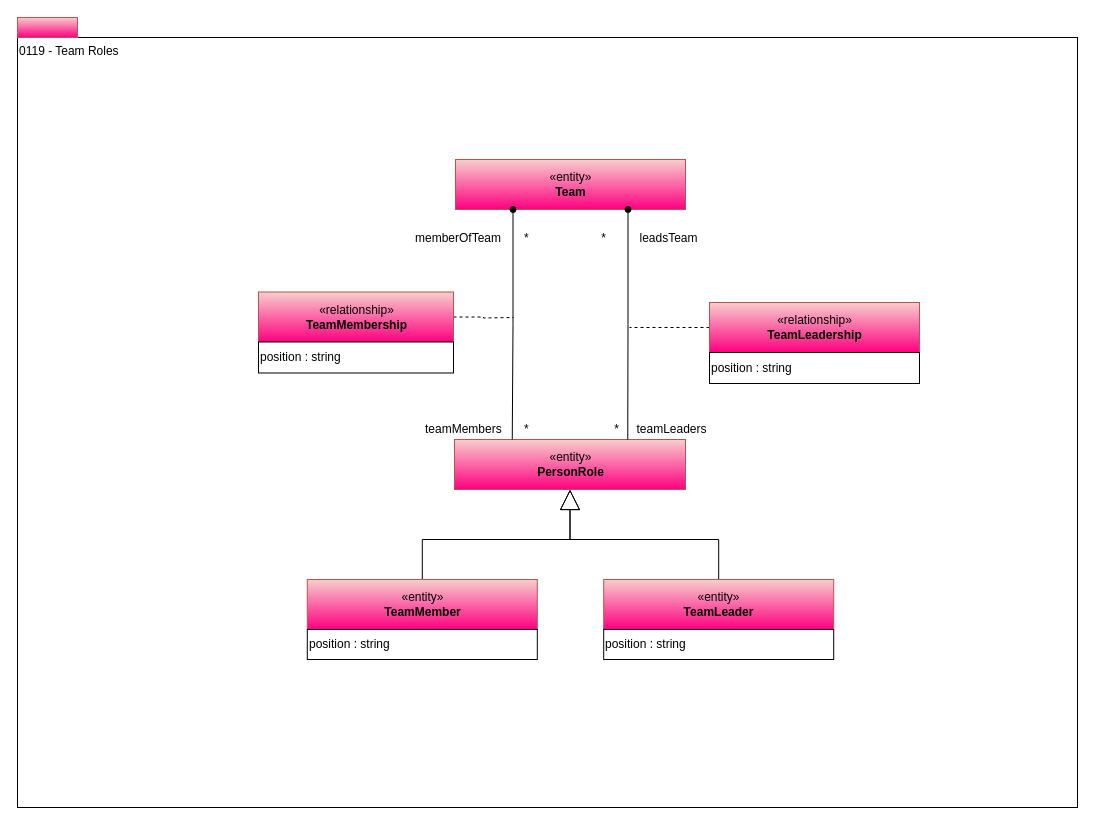
The draw.io diagram page "0119-Team-Roles" (8 of 16) of site/docs/types/1/area-1-collaboration.drawio in odpi/egeria-docs, before the edit. Source tidied: cells renumbered, new cells numbered last; positions are measured from the earlier drawing's top-left corner, leaving out a move shared by most shapes. Both pictures are drawn from the tidied source at 100%, with x=0, y=0 at pixel (17, 17).
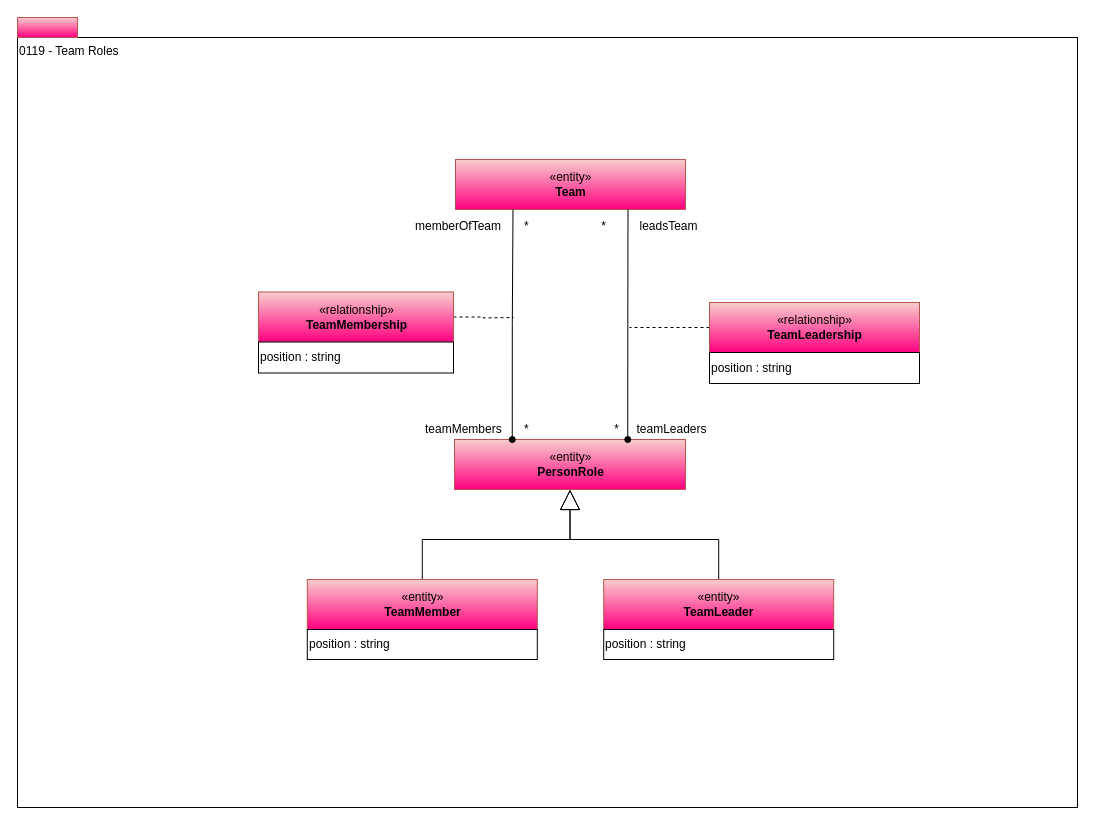
After the change.

The change refers to these unchanged cells:
```xml
<mxCell id="3" value="«entity»&lt;br&gt;&lt;b&gt;Team&lt;/b&gt;" style="html=1;strokeColor=#b85450;align=center;fillColor=#f8cecc;gradientColor=#FF0080;" parent="1" vertex="1">
  <mxGeometry x="438" y="142" width="230" height="50" as="geometry" />
</mxCell>
<mxCell id="12" value="«entity»&lt;br&gt;&lt;b&gt;PersonRole&lt;/b&gt;" style="html=1;strokeColor=#b85450;align=center;fillColor=#f8cecc;gradientColor=#FF0080;" parent="1" vertex="1">
  <mxGeometry x="437" y="422" width="231" height="50" as="geometry" />
</mxCell>
```

What changed in the source:
```diff
@@
     <mxCell id="8" value="*" style="text;html=1;align=center;verticalAlign=top;spacingTop=-4;" parent="1" vertex="1">
-      <mxGeometry x="576" y="211" width="20" height="20" as="geometry" />
+      <mxGeometry x="576" y="199" width="20" height="20" as="geometry" />
     </mxCell>
@@
     <mxCell id="10" value="leadsTeam" style="text;html=1;align=center;verticalAlign=top;spacingTop=-4;" parent="1" vertex="1">
-      <mxGeometry x="616" y="211" width="70" height="20" as="geometry" />
+      <mxGeometry x="616" y="199" width="70" height="20" as="geometry" />
     </mxCell>
@@
     <mxCell id="18" value="*" style="text;html=1;align=left;verticalAlign=top;spacingTop=-4;" parent="1" vertex="1">
-      <mxGeometry x="504.5" y="211" width="20" height="20" as="geometry" />
+      <mxGeometry x="504.5" y="199" width="20" height="20" as="geometry" />
     </mxCell>
     <mxCell id="19" value="memberOfTeam" style="text;html=1;align=left;verticalAlign=top;spacingTop=-4;" parent="1" vertex="1">
-      <mxGeometry x="396" y="211" width="100" height="20" as="geometry" />
+      <mxGeometry x="396" y="199" width="100" height="20" as="geometry" />
     </mxCell>
@@
-    <mxCell id="26" style="edgeStyle=orthogonalEdgeStyle;rounded=0;html=1;exitX=0.25;exitY=1;entryX=0.25;entryY=0;endArrow=none;endFill=0;jettySize=auto;entryDx=0;entryDy=0;exitDx=0;exitDy=0;startArrow=oval;startFill=1;" parent="1" edge="1" source="3" target="12">
+    <mxCell id="26" style="edgeStyle=orthogonalEdgeStyle;rounded=0;html=1;exitX=0.25;exitY=0;entryX=0.25;entryY=1;endArrow=none;endFill=0;jettySize=auto;entryDx=0;entryDy=0;exitDx=0;exitDy=0;startArrow=oval;startFill=1;" parent="1" edge="1" source="12" target="3">
       <mxGeometry relative="1" as="geometry" />
     </mxCell>
-    <mxCell id="27" style="edgeStyle=orthogonalEdgeStyle;rounded=0;html=1;exitX=0.75;exitY=1;endArrow=none;endFill=0;jettySize=auto;entryX=0.75;entryY=0;entryDx=0;entryDy=0;exitDx=0;exitDy=0;startArrow=oval;startFill=1;" parent="1" edge="1" source="3" target="12">
+    <mxCell id="27" style="edgeStyle=orthogonalEdgeStyle;rounded=0;html=1;exitX=0.75;exitY=0;endArrow=none;endFill=0;jettySize=auto;entryX=0.75;entryY=1;entryDx=0;entryDy=0;exitDx=0;exitDy=0;startArrow=oval;startFill=1;" parent="1" edge="1" source="12" target="3">
       <mxGeometry relative="1" as="geometry" />
     </mxCell>
```
